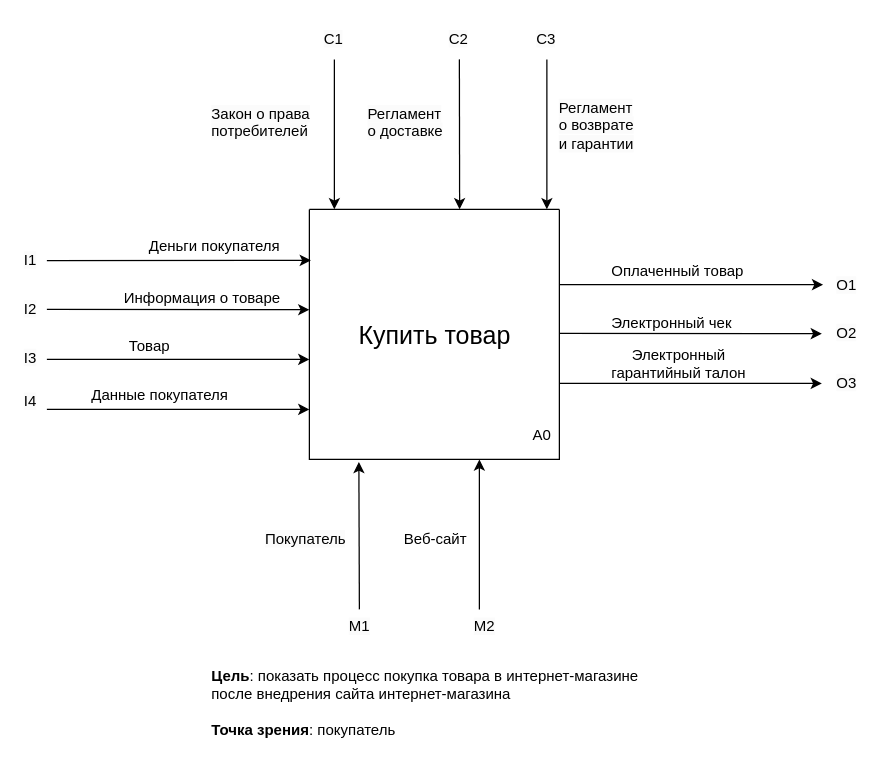
Above: IDEF0(TO-BE).drawio in melikhovaeva/business-processes (draw.io), before the change. Source tidied: cells renumbered, new cells numbered last; positions are measured from the earlier drawing's top-left corner, leaving out a move shared by most shapes. Both pictures are drawn from the tidied source at 125%, with x=0, y=0 at pixel (21, 21).
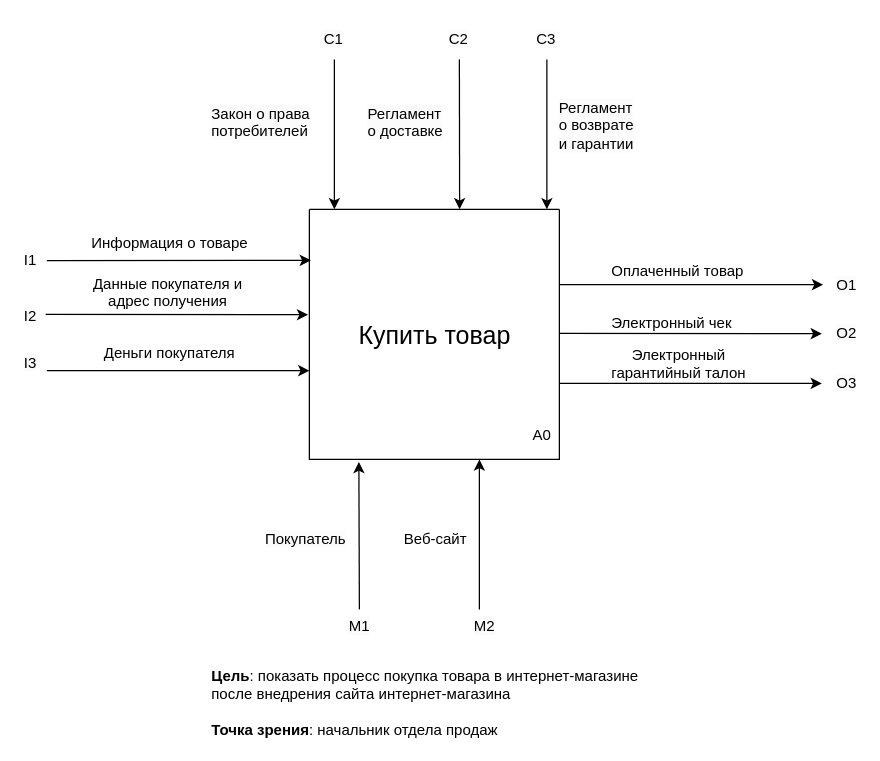
Above is the later version.

Diff of the diagram source:
```diff
@@
     <mxCell id="15" style="endArrow=classic;html=1;rounded=0;" parent="1" edge="1">
       <mxGeometry relative="1" as="geometry">
-        <mxPoint x="20" y="230" as="sourcePoint" />
-        <mxPoint x="230" y="230.3" as="targetPoint" />
+        <mxPoint x="19" y="234" as="sourcePoint" />
+        <mxPoint x="229" y="234.3" as="targetPoint" />
       </mxGeometry>
     </mxCell>
-    <mxCell id="16" style="endArrow=classic;html=1;rounded=0;" parent="1" edge="1">
-      <mxGeometry relative="1" as="geometry">
-        <mxPoint x="20" y="270" as="sourcePoint" />
-        <mxPoint x="230" y="270" as="targetPoint" />
-      </mxGeometry>
-    </mxCell>
     <mxCell id="17" style="endArrow=classic;html=1;rounded=0;" parent="1" edge="1">
       <mxGeometry relative="1" as="geometry">
-        <mxPoint x="20" y="310" as="sourcePoint" />
-        <mxPoint x="230" y="310" as="targetPoint" />
+        <mxPoint x="20" y="279" as="sourcePoint" />
+        <mxPoint x="230" y="279" as="targetPoint" />
       </mxGeometry>
     </mxCell>
     <mxCell id="18" value="&lt;div style=&quot;text-align: center;&quot;&gt;Деньги покупателя&lt;/div&gt;" style="text;whiteSpace=wrap;html=1;" parent="1" vertex="1">
-      <mxGeometry x="100" y="166" width="120" height="20" as="geometry" />
+      <mxGeometry x="64" y="251" width="120" height="20" as="geometry" />
     </mxCell>
     <mxCell id="19" value="&lt;div style=&quot;text-align: center;&quot;&gt;Информация о товаре&lt;/div&gt;" style="text;whiteSpace=wrap;html=1;" parent="1" vertex="1">
-      <mxGeometry x="80" y="207" width="140" height="20" as="geometry" />
+      <mxGeometry x="54" y="163" width="140" height="20" as="geometry" />
     </mxCell>
-    <mxCell id="20" value="&lt;div style=&quot;text-align: center;&quot;&gt;Товар&lt;/div&gt;" style="text;whiteSpace=wrap;html=1;" parent="1" vertex="1">
-      <mxGeometry x="84" y="246" width="50" height="20" as="geometry" />
-    </mxCell>
-    <mxCell id="21" value="&lt;div style=&quot;text-align: center;&quot;&gt;Данные покупателя&lt;/div&gt;" style="text;whiteSpace=wrap;html=1;" parent="1" vertex="1">
-      <mxGeometry x="54" y="285" width="146" height="20" as="geometry" />
+    <mxCell id="21" value="&lt;div style=&quot;text-align: center;&quot;&gt;Данные покупателя и адрес получения&lt;br&gt;&lt;/div&gt;" style="text;whiteSpace=wrap;html=1;" parent="1" vertex="1">
+      <mxGeometry x="43" y="196" width="146" height="20" as="geometry" />
     </mxCell>
@@
     <mxCell id="23" value="&lt;span style=&quot;caret-color: rgb(0, 0, 0); color: rgb(0, 0, 0); font-family: Helvetica; font-style: normal; font-variant-caps: normal; font-weight: 400; letter-spacing: normal; text-align: center; text-indent: 0px; text-transform: none; word-spacing: 0px; -webkit-text-stroke-width: 0px; background-color: rgb(251, 251, 251); text-decoration: none; float: none; display: inline !important;&quot;&gt;&lt;font style=&quot;font-size: 12px;&quot;&gt;I2&lt;/font&gt;&lt;/span&gt;" style="text;whiteSpace=wrap;html=1;" parent="1" vertex="1">
-      <mxGeometry y="216" width="20" height="30" as="geometry" />
+      <mxGeometry y="222.1" width="20" height="30" as="geometry" />
     </mxCell>
-    <mxCell id="24" value="&lt;span style=&quot;caret-color: rgb(0, 0, 0); color: rgb(0, 0, 0); font-family: Helvetica; font-style: normal; font-variant-caps: normal; font-weight: 400; letter-spacing: normal; text-align: center; text-indent: 0px; text-transform: none; word-spacing: 0px; -webkit-text-stroke-width: 0px; background-color: rgb(251, 251, 251); text-decoration: none; float: none; display: inline !important;&quot;&gt;&lt;font style=&quot;font-size: 12px;&quot;&gt;I3&lt;/font&gt;&lt;/span&gt;" style="text;whiteSpace=wrap;html=1;" parent="1" vertex="1">
-      <mxGeometry y="255" width="20" height="30" as="geometry" />
-    </mxCell>
-    <mxCell id="25" value="&lt;span style=&quot;caret-color: rgb(0, 0, 0); color: rgb(0, 0, 0); font-family: Helvetica; font-style: normal; font-variant-caps: normal; font-weight: 400; letter-spacing: normal; text-align: center; text-indent: 0px; text-transform: none; word-spacing: 0px; -webkit-text-stroke-width: 0px; background-color: rgb(251, 251, 251); text-decoration: none; float: none; display: inline !important;&quot;&gt;&lt;font style=&quot;font-size: 12px;&quot;&gt;I4&lt;/font&gt;&lt;/span&gt;" style="text;whiteSpace=wrap;html=1;" parent="1" vertex="1">
-      <mxGeometry y="290" width="20" height="30" as="geometry" />
+    <mxCell id="25" value="&lt;span style=&quot;caret-color: rgb(0, 0, 0); color: rgb(0, 0, 0); font-family: Helvetica; font-style: normal; font-variant-caps: normal; font-weight: 400; letter-spacing: normal; text-align: center; text-indent: 0px; text-transform: none; word-spacing: 0px; -webkit-text-stroke-width: 0px; background-color: rgb(251, 251, 251); text-decoration: none; float: none; display: inline !important;&quot;&gt;&lt;font style=&quot;font-size: 12px;&quot;&gt;I3&lt;/font&gt;&lt;/span&gt;" style="text;whiteSpace=wrap;html=1;" parent="1" vertex="1">
+      <mxGeometry y="259" width="20" height="30" as="geometry" />
     </mxCell>
@@
-    <mxCell id="41" value="&lt;div style=&quot;&quot;&gt;&lt;b&gt;Цель&lt;/b&gt;: показать процесс покупка товара в интернет-магазине после внедрения сайта интернет-магазина&lt;/div&gt;&lt;div style=&quot;&quot;&gt;&lt;br&gt;&lt;/div&gt;&lt;div style=&quot;&quot;&gt;&lt;b&gt;Точка зрения&lt;/b&gt;: покупатель&lt;/div&gt;" style="text;whiteSpace=wrap;html=1;align=left;" parent="1" vertex="1">
+    <mxCell id="41" value="&lt;div style=&quot;&quot;&gt;&lt;b&gt;Цель&lt;/b&gt;: показать процесс покупка товара в интернет-магазине после внедрения сайта интернет-магазина&lt;/div&gt;&lt;div style=&quot;&quot;&gt;&lt;br&gt;&lt;/div&gt;&lt;div style=&quot;&quot;&gt;&lt;b&gt;Точка зрения&lt;/b&gt;: начальник отдела продаж&lt;/div&gt;" style="text;whiteSpace=wrap;html=1;align=left;" parent="1" vertex="1">
       <mxGeometry x="150" y="510" width="360" height="40" as="geometry" />
     </mxCell>
```
